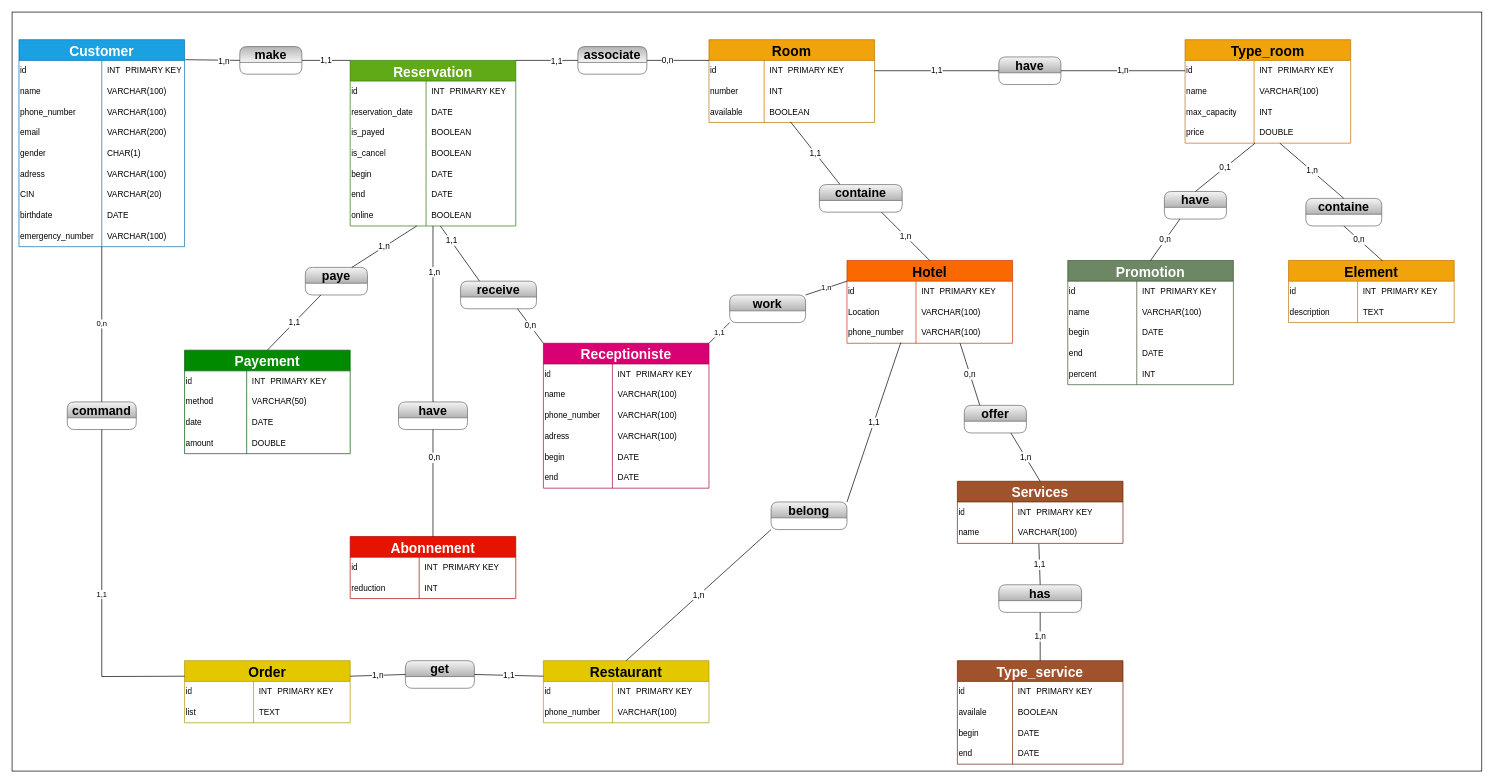
Harenabs21/Hotel-Database-Project keeps this draw.io diagram as image/MCD.drawio. Above is the earlier version. Source tidied: cells renumbered, new cells numbered last; positions are measured from the earlier drawing's top-left corner, leaving out a move shared by most shapes. Both pictures are drawn from the tidied source at 69%, with x=0, y=0 at pixel (12, 12).
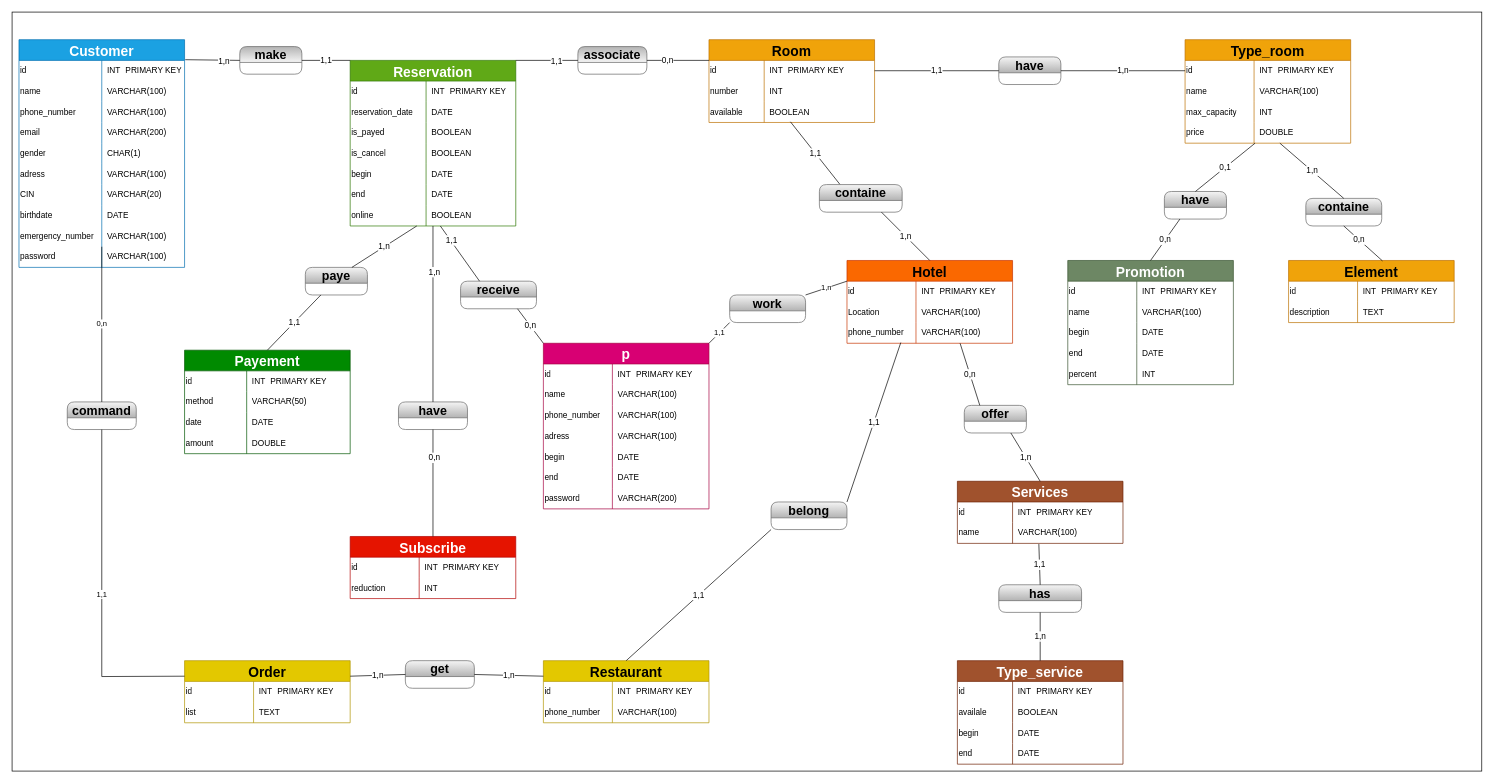
Above is the later version.

The change refers to these unchanged cells:
```xml
<mxCell id="125" value="Restaurant" style="shape=table;startSize=30;childLayout=tableLayout;rowLines=0;fontStyle=1;fontSize=20;fillColor=#e3c800;fontColor=#000000;strokeColor=#B09500;" parent="1" vertex="1">
  <mxGeometry x="770" y="940" width="240" height="90" as="geometry" />
</mxCell>
<mxCell id="196" value="&lt;span style=&quot;font-size: 18px;&quot;&gt;belong&lt;/span&gt;" style="swimlane;whiteSpace=wrap;html=1;fontSize=20;rounded=1;startSize=23;fillColor=#f5f5f5;gradientColor=#b3b3b3;strokeColor=#666666;" parent="1" vertex="1">
  <mxGeometry x="1100" y="710" width="110" height="40" as="geometry" />
</mxCell>
<mxCell id="197" value="&lt;span style=&quot;font-size: 18px;&quot;&gt;get&lt;/span&gt;" style="swimlane;whiteSpace=wrap;html=1;fontSize=20;rounded=1;fillColor=#f5f5f5;gradientColor=#b3b3b3;strokeColor=#666666;" parent="1" vertex="1">
  <mxGeometry x="570" y="940" width="100" height="40" as="geometry" />
</mxCell>
```

Diff of the diagram source:
```diff
@@
     <mxCell id="3" value="Customer" style="shape=table;startSize=30;childLayout=tableLayout;rowLines=0;fontStyle=1;fontSize=20;fillColor=#1ba1e2;fontColor=#ffffff;strokeColor=#006EAF;" parent="1" vertex="1">
-      <mxGeometry x="10" y="40" width="240" height="300" as="geometry" />
+      <mxGeometry x="10" y="40" width="240" height="330" as="geometry" />
     </mxCell>
@@
+    <mxCell id="234" style="shape=tableRow;horizontal=0;startSize=0;swimlaneHead=0;swimlaneBody=0;top=0;left=0;bottom=0;right=0;fillColor=none;" parent="3" vertex="1">
+      <mxGeometry y="300" width="240" height="30" as="geometry" />
+    </mxCell>
+    <mxCell id="235" value="password" style="shape=partialRectangle;html=1;whiteSpace=wrap;fillColor=none;top=0;left=0;bottom=0;right=0;overflow=hidden;align=left;" parent="234" vertex="1">
+      <mxGeometry width="120" height="30" as="geometry" />
+    </mxCell>
+    <mxCell id="236" value="VARCHAR(100)" style="shape=partialRectangle;html=1;whiteSpace=wrap;fillColor=none;top=0;left=0;bottom=0;right=0;align=left;spacingLeft=6;overflow=hidden;" parent="234" vertex="1">
+      <mxGeometry x="120" width="120" height="30" as="geometry" />
+    </mxCell>
@@
-    <mxCell id="106" value="Receptioniste" style="shape=table;startSize=30;childLayout=tableLayout;rowLines=0;fontStyle=1;fontSize=20;fillColor=#d80073;fontColor=#ffffff;strokeColor=#A50040;" parent="1" vertex="1">
-      <mxGeometry x="770" y="480" width="240" height="210" as="geometry" />
+    <mxCell id="106" value="p" style="shape=table;startSize=30;childLayout=tableLayout;rowLines=0;fontStyle=1;fontSize=20;fillColor=#d80073;fontColor=#ffffff;strokeColor=#A50040;" parent="1" vertex="1">
+      <mxGeometry x="770" y="480" width="240" height="240" as="geometry" />
     </mxCell>
@@
+    <mxCell id="237" style="shape=tableRow;horizontal=0;startSize=0;swimlaneHead=0;swimlaneBody=0;top=0;left=0;bottom=0;right=0;fillColor=none;" parent="106" vertex="1">
+      <mxGeometry y="210" width="240" height="30" as="geometry" />
+    </mxCell>
+    <mxCell id="238" value="password" style="shape=partialRectangle;html=1;whiteSpace=wrap;fillColor=none;top=0;left=0;bottom=0;right=0;overflow=hidden;align=left;" parent="237" vertex="1">
+      <mxGeometry width="100" height="30" as="geometry" />
+    </mxCell>
+    <mxCell id="239" value="VARCHAR(200)" style="shape=partialRectangle;html=1;whiteSpace=wrap;fillColor=none;top=0;left=0;bottom=0;right=0;align=left;spacingLeft=6;overflow=hidden;" parent="237" vertex="1">
+      <mxGeometry x="100" width="140" height="30" as="geometry" />
+    </mxCell>
@@
-    <mxCell id="152" value="Abonnement" style="shape=table;startSize=30;childLayout=tableLayout;rowLines=0;fontStyle=1;fontSize=20;fillColor=#e51400;fontColor=#ffffff;strokeColor=#B20000;" parent="1" vertex="1">
+    <mxCell id="152" value="Subscribe" style="shape=table;startSize=30;childLayout=tableLayout;rowLines=0;fontStyle=1;fontSize=20;fillColor=#e51400;fontColor=#ffffff;strokeColor=#B20000;" parent="1" vertex="1">
       <mxGeometry x="490" y="760" width="240" height="90" as="geometry" />
     </mxCell>
@@
-    <mxCell id="210" value="1,n" style="endArrow=none;html=1;fontSize=12;entryX=0.5;entryY=0;entryDx=0;entryDy=0;exitX=0;exitY=1;exitDx=0;exitDy=0;" parent="1" edge="1" source="196" target="125">
+    <mxCell id="210" value="1,1" style="endArrow=none;html=1;fontSize=12;entryX=0.5;entryY=0;entryDx=0;entryDy=0;exitX=0;exitY=1;exitDx=0;exitDy=0;" parent="1" edge="1" source="196" target="125">
       <mxGeometry relative="1" as="geometry" />
     </mxCell>
@@
-    <mxCell id="214" value="1,1" style="endArrow=none;html=1;fontSize=12;entryX=1;entryY=0.5;entryDx=0;entryDy=0;exitX=0;exitY=0.25;exitDx=0;exitDy=0;" parent="1" edge="1" source="125" target="197">
+    <mxCell id="214" value="1,n" style="endArrow=none;html=1;fontSize=12;entryX=1;entryY=0.5;entryDx=0;entryDy=0;exitX=0;exitY=0.25;exitDx=0;exitDy=0;" parent="1" edge="1" source="125" target="197">
       <mxGeometry relative="1" as="geometry" />
     </mxCell>
```
